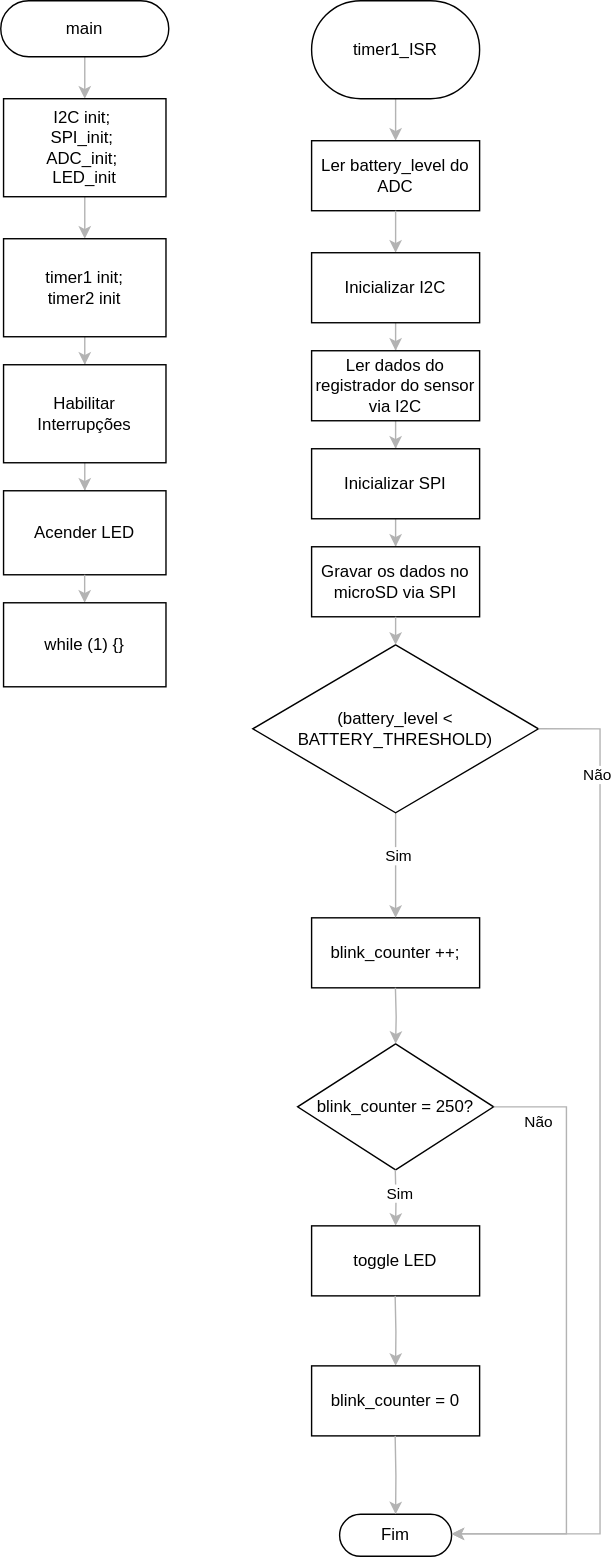
The draw.io diagram projetos/tennistracker/images/fluxchart_int.svg in teaching-FEEC/ea075-2024.1, before a commit. Source tidied: cells renumbered, new cells last; positions are measured from the earlier drawing's top-left corner, leaving out a move shared by most shapes.
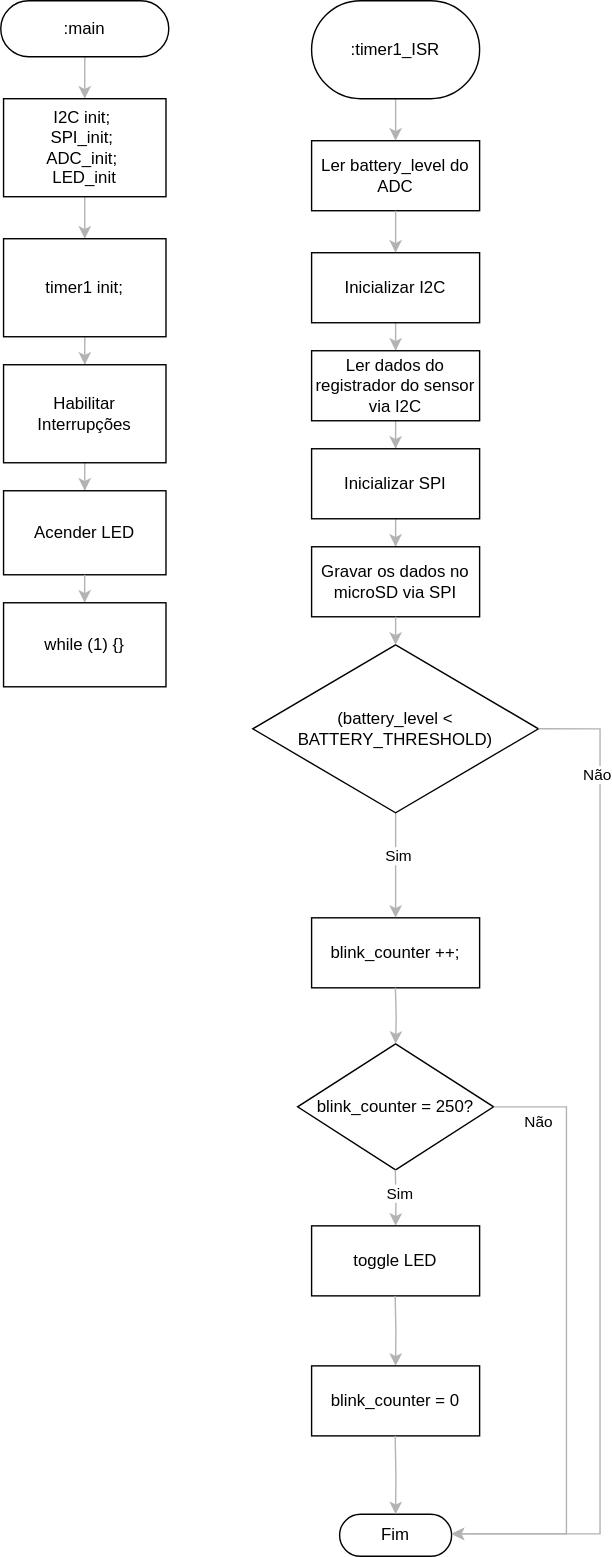
After the change.

Diff of the diagram source:
```diff
@@ -5,7 +5,7 @@
     <mxCell id="2" style="edgeStyle=orthogonalEdgeStyle;rounded=0;jettySize=auto;html=1;entryX=0.5;entryY=0;entryDx=0;entryDy=0;strokeColor=#B3B3B3;" parent="1" edge="1" source="3" target="4">
       <mxGeometry relative="1" as="geometry" />
     </mxCell>
-    <mxCell id="3" value="timer1_ISR" style="html=1;dashed=0;whiteSpace=wrap;shape=mxgraph.dfd.start;" parent="1" vertex="1">
+    <mxCell id="3" value=":timer1_ISR" style="html=1;dashed=0;whiteSpace=wrap;shape=mxgraph.dfd.start;" parent="1" vertex="1">
       <mxGeometry x="222" width="120" height="70" as="geometry" />
     </mxCell>
     <mxCell id="4" value="Ler battery_level do ADC" style="html=1;dashed=0;whiteSpace=wrap;" parent="1" vertex="1">
@@ -20,7 +20,7 @@
     <mxCell id="7" style="edgeStyle=orthogonalEdgeStyle;rounded=0;jettySize=auto;html=1;entryX=0.5;entryY=0;entryDx=0;entryDy=0;strokeColor=#B3B3B3;" parent="1" edge="1" source="8" target="10">
       <mxGeometry relative="1" as="geometry" />
     </mxCell>
-    <mxCell id="8" value="main" style="html=1;dashed=0;whiteSpace=wrap;shape=mxgraph.dfd.start;" parent="1" vertex="1">
+    <mxCell id="8" value=":main" style="html=1;dashed=0;whiteSpace=wrap;shape=mxgraph.dfd.start;" parent="1" vertex="1">
       <mxGeometry width="120" height="40" as="geometry" />
     </mxCell>
     <mxCell id="9" style="edgeStyle=orthogonalEdgeStyle;rounded=0;jettySize=auto;html=1;entryX=0.5;entryY=0;entryDx=0;entryDy=0;strokeColor=#B3B3B3;" parent="1" edge="1" source="10" target="12">
@@ -32,7 +32,7 @@
     <mxCell id="11" style="edgeStyle=orthogonalEdgeStyle;rounded=0;jettySize=auto;html=1;entryX=0.5;entryY=0;entryDx=0;entryDy=0;strokeColor=#B3B3B3;" parent="1" edge="1" source="12" target="14">
       <mxGeometry relative="1" as="geometry" />
     </mxCell>
-    <mxCell id="12" value="timer1 init;&lt;div&gt;timer2 init&lt;/div&gt;" style="html=1;dashed=0;whiteSpace=wrap;" parent="1" vertex="1">
+    <mxCell id="12" value="timer1 init;" style="html=1;dashed=0;whiteSpace=wrap;" parent="1" vertex="1">
       <mxGeometry x="2" y="170" width="116" height="70" as="geometry" />
     </mxCell>
     <mxCell id="13" style="edgeStyle=orthogonalEdgeStyle;rounded=0;jettySize=auto;html=1;entryX=0.5;entryY=0;entryDx=0;entryDy=0;strokeColor=#B3B3B3;" parent="1" edge="1" source="14" target="15">
```
